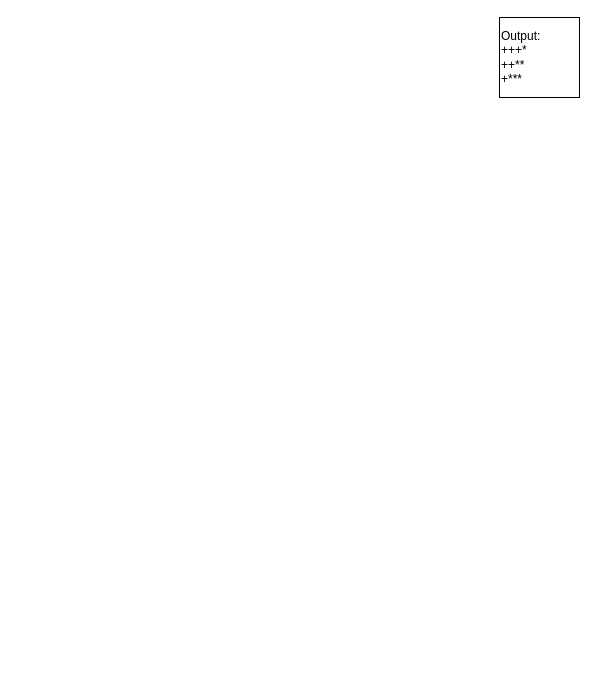
Above: Flowchart_1.drawio in 1nnocentia/Flowchart (draw.io), before the change. Source tidied: cells renumbered, new cells numbered last; positions are measured from the earlier drawing's top-left corner, leaving out a move shared by most shapes. Both pictures are drawn from the tidied source at 100%, with x=0, y=0 at pixel (499, 17).
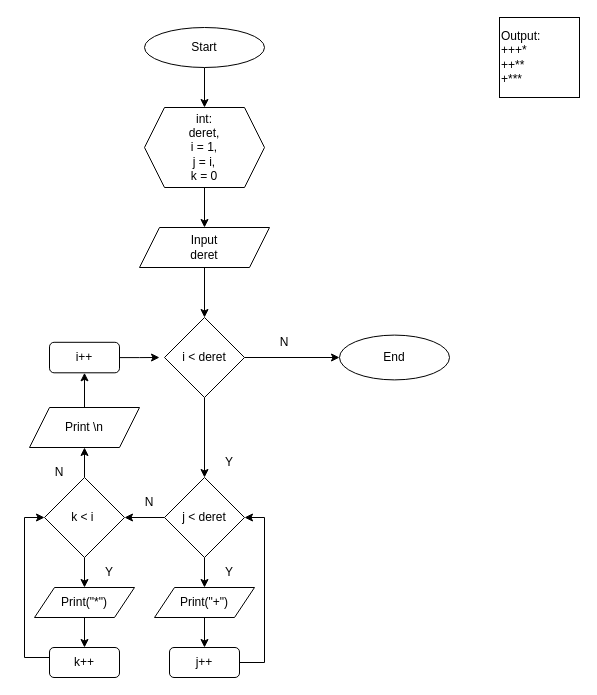
Above is the later version.

The edit, as a diff of the source:
```diff
@@
+    <mxCell id="3" style="edgeStyle=orthogonalEdgeStyle;rounded=0;jettySize=auto;html=1;exitX=0.5;exitY=1;exitDx=0;exitDy=0;entryX=0.5;entryY=0;entryDx=0;entryDy=0;" parent="1" edge="1" source="4" target="6">
+      <mxGeometry relative="1" as="geometry" />
+    </mxCell>
+    <mxCell id="4" value="Start" style="ellipse;whiteSpace=wrap;html=1;" parent="1" vertex="1">
+      <mxGeometry x="-355" y="10" width="120" height="40" as="geometry" />
+    </mxCell>
+    <mxCell id="5" style="edgeStyle=orthogonalEdgeStyle;rounded=0;jettySize=auto;html=1;entryX=0.5;entryY=0;entryDx=0;entryDy=0;" parent="1" edge="1" source="6" target="8">
+      <mxGeometry relative="1" as="geometry" />
+    </mxCell>
+    <mxCell id="6" value="int:&lt;div&gt;deret,&lt;/div&gt;&lt;div&gt;i = 1,&lt;/div&gt;&lt;div&gt;j = i,&lt;/div&gt;&lt;div&gt;k = 0&lt;/div&gt;" style="shape=hexagon;perimeter=hexagonPerimeter2;whiteSpace=wrap;html=1;fixedSize=1;" parent="1" vertex="1">
+      <mxGeometry x="-355" y="90" width="120" height="80" as="geometry" />
+    </mxCell>
+    <mxCell id="7" style="edgeStyle=orthogonalEdgeStyle;rounded=0;jettySize=auto;html=1;exitX=0.5;exitY=1;exitDx=0;exitDy=0;entryX=0.5;entryY=0;entryDx=0;entryDy=0;" parent="1" edge="1" source="8" target="11">
+      <mxGeometry relative="1" as="geometry" />
+    </mxCell>
+    <mxCell id="8" value="Input&lt;div&gt;deret&lt;/div&gt;" style="shape=parallelogram;perimeter=parallelogramPerimeter;whiteSpace=wrap;html=1;fixedSize=1;" parent="1" vertex="1">
+      <mxGeometry x="-360" y="210" width="130" height="40" as="geometry" />
+    </mxCell>
+    <mxCell id="9" style="edgeStyle=orthogonalEdgeStyle;rounded=0;jettySize=auto;html=1;entryX=0;entryY=0.5;entryDx=0;entryDy=0;" parent="1" edge="1" source="11" target="33">
+      <mxGeometry relative="1" as="geometry" />
+    </mxCell>
+    <mxCell id="10" style="edgeStyle=orthogonalEdgeStyle;rounded=0;jettySize=auto;html=1;entryX=0.5;entryY=0;entryDx=0;entryDy=0;" parent="1" edge="1" source="11" target="14">
+      <mxGeometry relative="1" as="geometry" />
+    </mxCell>
+    <mxCell id="11" value="i &amp;lt; deret" style="rhombus;whiteSpace=wrap;html=1;" parent="1" vertex="1">
+      <mxGeometry x="-335" y="300" width="80" height="80" as="geometry" />
+    </mxCell>
+    <mxCell id="12" style="edgeStyle=orthogonalEdgeStyle;rounded=0;jettySize=auto;html=1;" parent="1" edge="1" source="14" target="17">
+      <mxGeometry relative="1" as="geometry" />
+    </mxCell>
+    <mxCell id="13" style="edgeStyle=orthogonalEdgeStyle;rounded=0;jettySize=auto;html=1;entryX=1;entryY=0.5;entryDx=0;entryDy=0;" parent="1" edge="1" source="14" target="23">
+      <mxGeometry relative="1" as="geometry" />
+    </mxCell>
+    <mxCell id="14" value="j &amp;lt; deret" style="rhombus;whiteSpace=wrap;html=1;" parent="1" vertex="1">
+      <mxGeometry x="-335" y="460" width="80" height="80" as="geometry" />
+    </mxCell>
+    <mxCell id="15" value="Y" style="text;html=1;align=center;verticalAlign=middle;whiteSpace=wrap;rounded=0;" parent="1" vertex="1">
+      <mxGeometry x="-285" y="430" width="30" height="30" as="geometry" />
+    </mxCell>
+    <mxCell id="16" style="edgeStyle=orthogonalEdgeStyle;rounded=0;jettySize=auto;html=1;" parent="1" edge="1" source="17" target="20">
+      <mxGeometry relative="1" as="geometry" />
+    </mxCell>
+    <mxCell id="17" value="Print(&quot;+&quot;)" style="shape=parallelogram;perimeter=parallelogramPerimeter;whiteSpace=wrap;html=1;fixedSize=1;" parent="1" vertex="1">
+      <mxGeometry x="-345" y="570" width="100" height="30" as="geometry" />
+    </mxCell>
+    <mxCell id="18" value="Y" style="text;html=1;align=center;verticalAlign=middle;whiteSpace=wrap;rounded=0;" parent="1" vertex="1">
+      <mxGeometry x="-285" y="540" width="30" height="30" as="geometry" />
+    </mxCell>
+    <mxCell id="19" style="edgeStyle=orthogonalEdgeStyle;rounded=0;jettySize=auto;html=1;entryX=1;entryY=0.5;entryDx=0;entryDy=0;" parent="1" edge="1" source="20" target="14">
+      <mxGeometry relative="1" as="geometry">
+        <Array as="points">
+          <mxPoint x="-235" y="645" />
+          <mxPoint x="-235" y="500" />
+        </Array>
+      </mxGeometry>
+    </mxCell>
+    <mxCell id="20" value="j++" style="rounded=1;whiteSpace=wrap;html=1;" parent="1" vertex="1">
+      <mxGeometry x="-330" y="630" width="70" height="30" as="geometry" />
+    </mxCell>
+    <mxCell id="21" style="edgeStyle=orthogonalEdgeStyle;rounded=0;jettySize=auto;html=1;" parent="1" edge="1" source="23" target="25">
+      <mxGeometry relative="1" as="geometry" />
+    </mxCell>
+    <mxCell id="22" style="edgeStyle=orthogonalEdgeStyle;rounded=0;jettySize=auto;html=1;entryX=0.5;entryY=1;entryDx=0;entryDy=0;" parent="1" edge="1" source="23" target="29">
+      <mxGeometry relative="1" as="geometry" />
+    </mxCell>
+    <mxCell id="23" value="k &amp;lt; i&amp;nbsp;" style="rhombus;whiteSpace=wrap;html=1;" parent="1" vertex="1">
+      <mxGeometry x="-455" y="460" width="80" height="80" as="geometry" />
+    </mxCell>
+    <mxCell id="24" style="edgeStyle=orthogonalEdgeStyle;rounded=0;jettySize=auto;html=1;" parent="1" edge="1" source="25" target="27">
+      <mxGeometry relative="1" as="geometry" />
+    </mxCell>
+    <mxCell id="25" value="Print(&quot;*&quot;)" style="shape=parallelogram;perimeter=parallelogramPerimeter;whiteSpace=wrap;html=1;fixedSize=1;" parent="1" vertex="1">
+      <mxGeometry x="-465" y="570" width="100" height="30" as="geometry" />
+    </mxCell>
+    <mxCell id="26" style="edgeStyle=orthogonalEdgeStyle;rounded=0;jettySize=auto;html=1;entryX=0;entryY=0.5;entryDx=0;entryDy=0;" parent="1" edge="1" source="27" target="23">
+      <mxGeometry relative="1" as="geometry">
+        <Array as="points">
+          <mxPoint x="-475" y="640" />
+          <mxPoint x="-475" y="500" />
+        </Array>
+      </mxGeometry>
+    </mxCell>
+    <mxCell id="27" value="k++" style="rounded=1;whiteSpace=wrap;html=1;" parent="1" vertex="1">
+      <mxGeometry x="-450" y="630" width="70" height="30" as="geometry" />
+    </mxCell>
+    <mxCell id="28" style="edgeStyle=orthogonalEdgeStyle;rounded=0;jettySize=auto;html=1;" parent="1" edge="1" source="29" target="31">
+      <mxGeometry relative="1" as="geometry" />
+    </mxCell>
+    <mxCell id="29" value="Print \n" style="shape=parallelogram;perimeter=parallelogramPerimeter;whiteSpace=wrap;html=1;fixedSize=1;" parent="1" vertex="1">
+      <mxGeometry x="-470" y="390" width="110" height="40" as="geometry" />
+    </mxCell>
+    <mxCell id="30" style="edgeStyle=orthogonalEdgeStyle;rounded=0;jettySize=auto;html=1;" parent="1" edge="1" source="31">
+      <mxGeometry relative="1" as="geometry">
+        <mxPoint x="-340" y="340" as="targetPoint" />
+      </mxGeometry>
+    </mxCell>
+    <mxCell id="31" value="i++" style="rounded=1;whiteSpace=wrap;html=1;" parent="1" vertex="1">
+      <mxGeometry x="-450" y="324.8" width="70" height="30.5" as="geometry" />
+    </mxCell>
+    <mxCell id="32" value="Y" style="text;html=1;align=center;verticalAlign=middle;whiteSpace=wrap;rounded=0;" parent="1" vertex="1">
+      <mxGeometry x="-405" y="540" width="30" height="30" as="geometry" />
+    </mxCell>
+    <mxCell id="33" value="End" style="ellipse;whiteSpace=wrap;html=1;" parent="1" vertex="1">
+      <mxGeometry x="-160" y="317.6" width="110" height="44.8" as="geometry" />
+    </mxCell>
+    <mxCell id="34" value="N" style="text;html=1;align=center;verticalAlign=middle;whiteSpace=wrap;rounded=0;" parent="1" vertex="1">
+      <mxGeometry x="-230" y="310" width="30" height="30" as="geometry" />
+    </mxCell>
+    <mxCell id="35" value="N" style="text;html=1;align=center;verticalAlign=middle;whiteSpace=wrap;rounded=0;" parent="1" vertex="1">
+      <mxGeometry x="-365" y="470" width="30" height="30" as="geometry" />
+    </mxCell>
+    <mxCell id="36" value="N" style="text;html=1;align=center;verticalAlign=middle;whiteSpace=wrap;rounded=0;" parent="1" vertex="1">
+      <mxGeometry x="-455" y="440" width="30" height="30" as="geometry" />
+    </mxCell>
```
